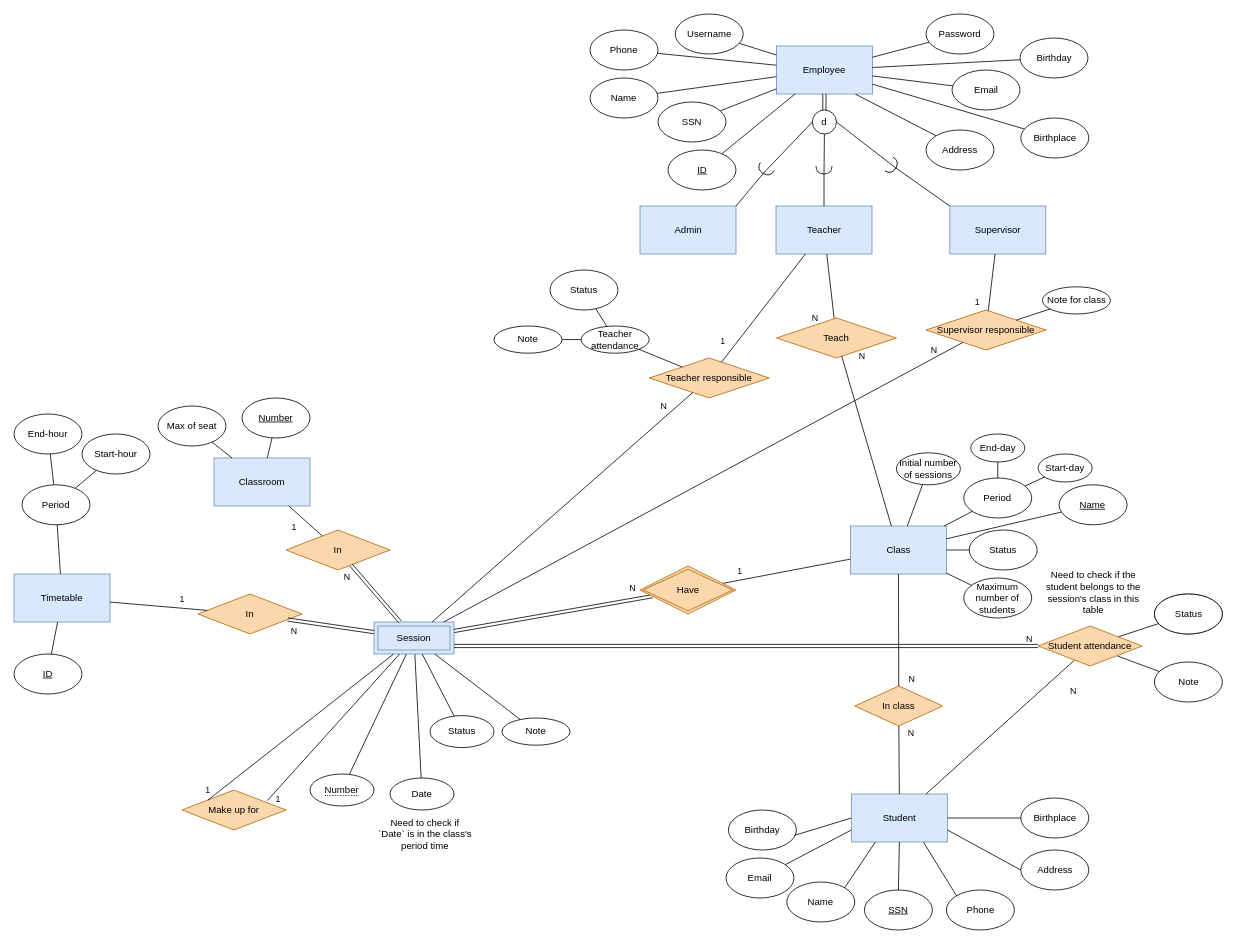
astr0tas/English-Center-Attendance-Check keeps this draw.io diagram as page "Official" (1 of 3) of Week 3/ERD.drawio. Above is the earlier version. Source tidied: cells renumbered, new cells numbered last; positions are measured from the earlier drawing's top-left corner, leaving out a move shared by most shapes. Both pictures are drawn from the tidied source at 80%, with x=0, y=0 at pixel (14, 14).
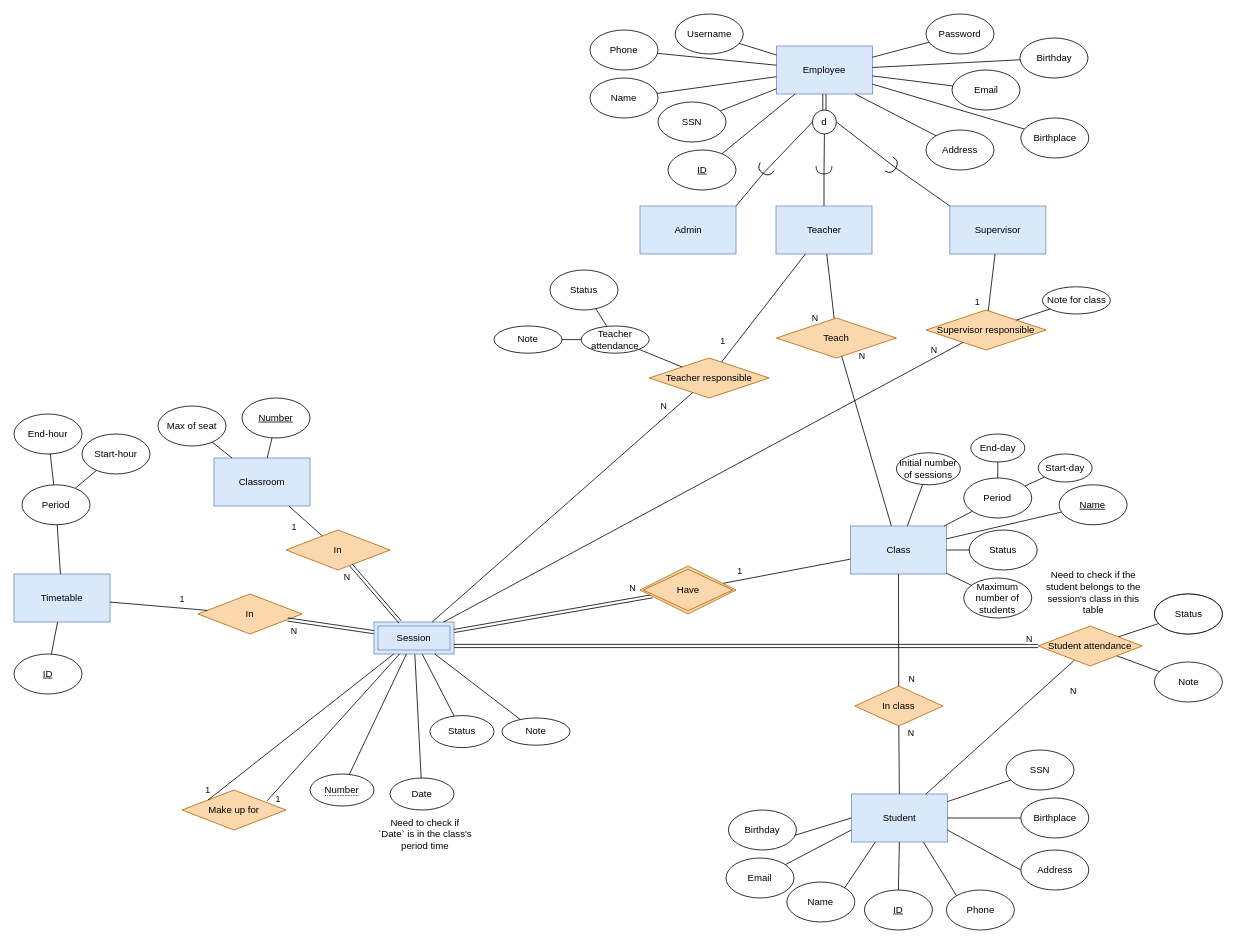
Above is the later version.

The change refers to these unchanged cells:
```xml
<mxCell id="3" value="Student" style="rounded=0;whiteSpace=wrap;html=1;fillColor=#dae8fc;strokeColor=#6c8ebf;" parent="1" vertex="1">
  <mxGeometry x="1046.7" y="975" width="120" height="60" as="geometry" />
</mxCell>
```

What changed in the source:
```diff
@@
-    <mxCell id="27" value="&lt;u&gt;SSN&lt;/u&gt;" style="ellipse;whiteSpace=wrap;html=1;" parent="1" vertex="1">
+    <mxCell id="27" value="&lt;u&gt;ID&lt;/u&gt;" style="ellipse;whiteSpace=wrap;html=1;" parent="1" vertex="1">
       <mxGeometry x="1063" y="1095" width="85" height="50" as="geometry" />
     </mxCell>
@@
+    <mxCell id="142" value="SSN" style="ellipse;whiteSpace=wrap;html=1;" parent="1" vertex="1">
+      <mxGeometry x="1240" y="920" width="85" height="50" as="geometry" />
+    </mxCell>
+    <mxCell id="143" style="endArrow=none;html=1;rounded=0;" parent="1" edge="1" source="3" target="142">
+      <mxGeometry relative="1" as="geometry" />
+    </mxCell>
```
